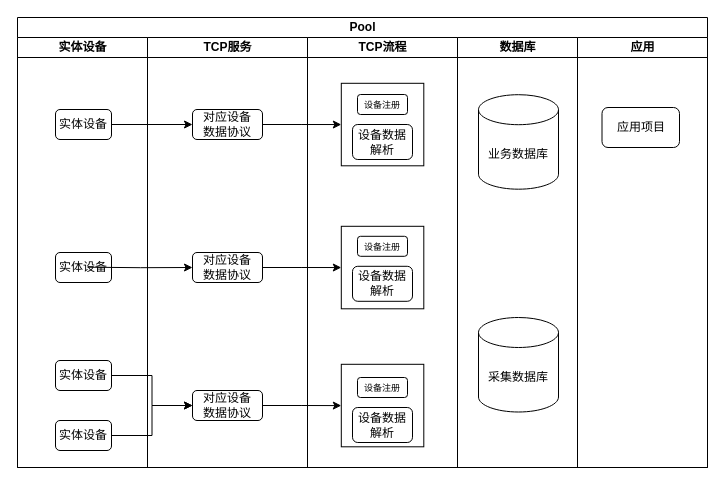
Before: 流程图/实体设备接入流程图.drawio in wanghui1993/diagram_drow_file, a draw.io diagram. Source tidied: cells renumbered, new cells numbered last; positions are measured from the earlier drawing's top-left corner, leaving out a move shared by most shapes. Both pictures are drawn from the tidied source at 100%, with x=0, y=0 at pixel (17, 17).
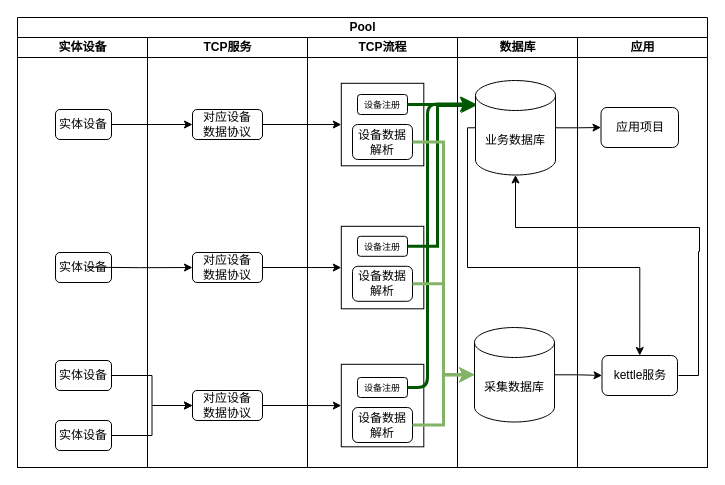
After the change.

Commit message (it also covers changes not shown here):
更新实体设备接入流程图.drawio

The change refers to these unchanged cells:
```xml
<mxCell id="2" value="Pool" style="swimlane;startSize=20;html=1;" parent="1" vertex="1">
  <mxGeometry width="690" height="450" as="geometry" />
</mxCell>
<mxCell id="15" value="&lt;font style=&quot;font-size: 9px;&quot;&gt;设备注册&lt;/font&gt;" style="rounded=1;whiteSpace=wrap;html=1;" parent="13" vertex="1">
  <mxGeometry x="50" y="57" width="50" height="20" as="geometry" />
</mxCell>
<mxCell id="16" value="设备数据解析" style="rounded=1;whiteSpace=wrap;html=1;" parent="13" vertex="1">
  <mxGeometry x="45" y="87" width="60" height="35" as="geometry" />
</mxCell>
<mxCell id="18" value="&lt;font style=&quot;font-size: 9px;&quot;&gt;设备注册&lt;/font&gt;" style="rounded=1;whiteSpace=wrap;html=1;" parent="13" vertex="1">
  <mxGeometry x="50" y="340" width="50" height="20" as="geometry" />
</mxCell>
<mxCell id="19" value="设备数据解析" style="rounded=1;whiteSpace=wrap;html=1;" parent="13" vertex="1">
  <mxGeometry x="45" y="370" width="60" height="35" as="geometry" />
</mxCell>
<mxCell id="21" value="设备数据解析" style="rounded=1;whiteSpace=wrap;html=1;" parent="13" vertex="1">
  <mxGeometry x="45" y="228.8" width="60" height="35" as="geometry" />
</mxCell>
<mxCell id="22" value="&lt;font style=&quot;font-size: 9px;&quot;&gt;设备注册&lt;/font&gt;" style="rounded=1;whiteSpace=wrap;html=1;" parent="13" vertex="1">
  <mxGeometry x="50" y="198.8" width="50" height="20" as="geometry" />
</mxCell>
<mxCell id="23" value="数据库" style="swimlane;startSize=20;html=1;" parent="2" vertex="1">
  <mxGeometry x="440" y="20" width="120" height="430" as="geometry" />
</mxCell>
<mxCell id="26" value="应用" style="swimlane;startSize=20;html=1;" parent="2" vertex="1">
  <mxGeometry x="560" y="20" width="130" height="430" as="geometry" />
</mxCell>
```

The edit, as a diff of the source:
```diff
@@
     <mxCell id="24" value="采集数据库" style="shape=cylinder3;whiteSpace=wrap;html=1;boundedLbl=1;backgroundOutline=1;size=15;" parent="23" vertex="1">
-      <mxGeometry x="21" y="280" width="80" height="94.5" as="geometry" />
+      <mxGeometry x="17" y="290" width="80" height="94.5" as="geometry" />
     </mxCell>
     <mxCell id="25" value="业务数据库" style="shape=cylinder3;whiteSpace=wrap;html=1;boundedLbl=1;backgroundOutline=1;size=15;" parent="23" vertex="1">
-      <mxGeometry x="21" y="57.2" width="80" height="94.5" as="geometry" />
+      <mxGeometry x="18" y="43" width="80" height="94.5" as="geometry" />
     </mxCell>
@@
     <mxCell id="27" value="应用项目" style="rounded=1;whiteSpace=wrap;html=1;direction=south;" parent="26" vertex="1">
-      <mxGeometry x="24.5" y="70" width="77.5" height="40" as="geometry" />
+      <mxGeometry x="23.5" y="70" width="77.5" height="40" as="geometry" />
     </mxCell>
+    <mxCell id="34" style="edgeStyle=orthogonalEdgeStyle;rounded=0;jettySize=auto;html=1;" parent="26" edge="1" target="25">
+      <mxGeometry relative="1" as="geometry">
+        <mxPoint x="101" y="338" as="sourcePoint" />
+        <Array as="points">
+          <mxPoint x="121" y="338" />
+          <mxPoint x="121" y="214" />
+          <mxPoint x="122" y="214" />
+          <mxPoint x="122" y="190" />
+          <mxPoint x="-62" y="190" />
+        </Array>
+      </mxGeometry>
+    </mxCell>
+    <mxCell id="35" value="kettle服务" style="rounded=1;whiteSpace=wrap;html=1;direction=south;" parent="26" vertex="1">
+      <mxGeometry x="24.5" y="318" width="75.5" height="40" as="geometry" />
+    </mxCell>
@@
+    <mxCell id="36" style="edgeStyle=orthogonalEdgeStyle;rounded=0;jettySize=auto;html=1;entryX=0.5;entryY=1;entryDx=0;entryDy=0;" parent="2" edge="1" source="24" target="35">
+      <mxGeometry relative="1" as="geometry" />
+    </mxCell>
+    <mxCell id="37" style="edgeStyle=orthogonalEdgeStyle;rounded=0;jettySize=auto;html=1;" parent="2" edge="1" source="25" target="27">
+      <mxGeometry relative="1" as="geometry" />
+    </mxCell>
+    <mxCell id="38" style="edgeStyle=orthogonalEdgeStyle;rounded=0;jettySize=auto;html=1;entryX=0;entryY=0.5;entryDx=0;entryDy=0;exitX=0;exitY=0.5;exitDx=0;exitDy=0;exitPerimeter=0;" parent="2" edge="1" source="25" target="35">
+      <mxGeometry relative="1" as="geometry">
+        <Array as="points">
+          <mxPoint x="450" y="110" />
+          <mxPoint x="450" y="250" />
+          <mxPoint x="622" y="250" />
+        </Array>
+      </mxGeometry>
+    </mxCell>
+    <mxCell id="39" style="edgeStyle=orthogonalEdgeStyle;rounded=0;jettySize=auto;html=1;entryX=-0.005;entryY=0.254;entryDx=0;entryDy=0;entryPerimeter=0;strokeWidth=3;fillColor=#008a00;strokeColor=#005700;" parent="2" edge="1" source="15" target="25">
+      <mxGeometry relative="1" as="geometry" />
+    </mxCell>
+    <mxCell id="40" style="edgeStyle=orthogonalEdgeStyle;rounded=0;jettySize=auto;html=1;entryX=0.012;entryY=0.264;entryDx=0;entryDy=0;entryPerimeter=0;fillColor=#008a00;strokeColor=#005700;strokeWidth=3;" parent="2" edge="1" source="22" target="25">
+      <mxGeometry relative="1" as="geometry">
+        <Array as="points">
+          <mxPoint x="420" y="229" />
+          <mxPoint x="420" y="88" />
+        </Array>
+      </mxGeometry>
+    </mxCell>
+    <mxCell id="41" style="edgeStyle=orthogonalEdgeStyle;rounded=1;jettySize=auto;html=1;entryX=0.006;entryY=0.249;entryDx=0;entryDy=0;entryPerimeter=0;strokeWidth=3;fillColor=#008a00;strokeColor=#005700;" parent="2" edge="1" source="18" target="25">
+      <mxGeometry relative="1" as="geometry">
+        <Array as="points">
+          <mxPoint x="410" y="370" />
+          <mxPoint x="410" y="87" />
+        </Array>
+      </mxGeometry>
+    </mxCell>
+    <mxCell id="42" style="edgeStyle=orthogonalEdgeStyle;rounded=0;jettySize=auto;html=1;entryX=0;entryY=0.5;entryDx=0;entryDy=0;entryPerimeter=0;fillColor=#d5e8d4;strokeColor=#82b366;strokeWidth=3;" parent="2" edge="1" source="16" target="24">
+      <mxGeometry relative="1" as="geometry" />
+    </mxCell>
+    <mxCell id="43" style="edgeStyle=orthogonalEdgeStyle;rounded=0;jettySize=auto;html=1;entryX=0;entryY=0.5;entryDx=0;entryDy=0;entryPerimeter=0;fillColor=#d5e8d4;strokeColor=#82b366;strokeWidth=3;" parent="2" edge="1" source="21" target="24">
+      <mxGeometry relative="1" as="geometry" />
+    </mxCell>
+    <mxCell id="44" style="edgeStyle=orthogonalEdgeStyle;rounded=0;jettySize=auto;html=1;entryX=0;entryY=0.5;entryDx=0;entryDy=0;entryPerimeter=0;fillColor=#d5e8d4;strokeColor=#82b366;strokeWidth=3;" parent="2" edge="1" source="19" target="24">
+      <mxGeometry relative="1" as="geometry" />
+    </mxCell>
```
